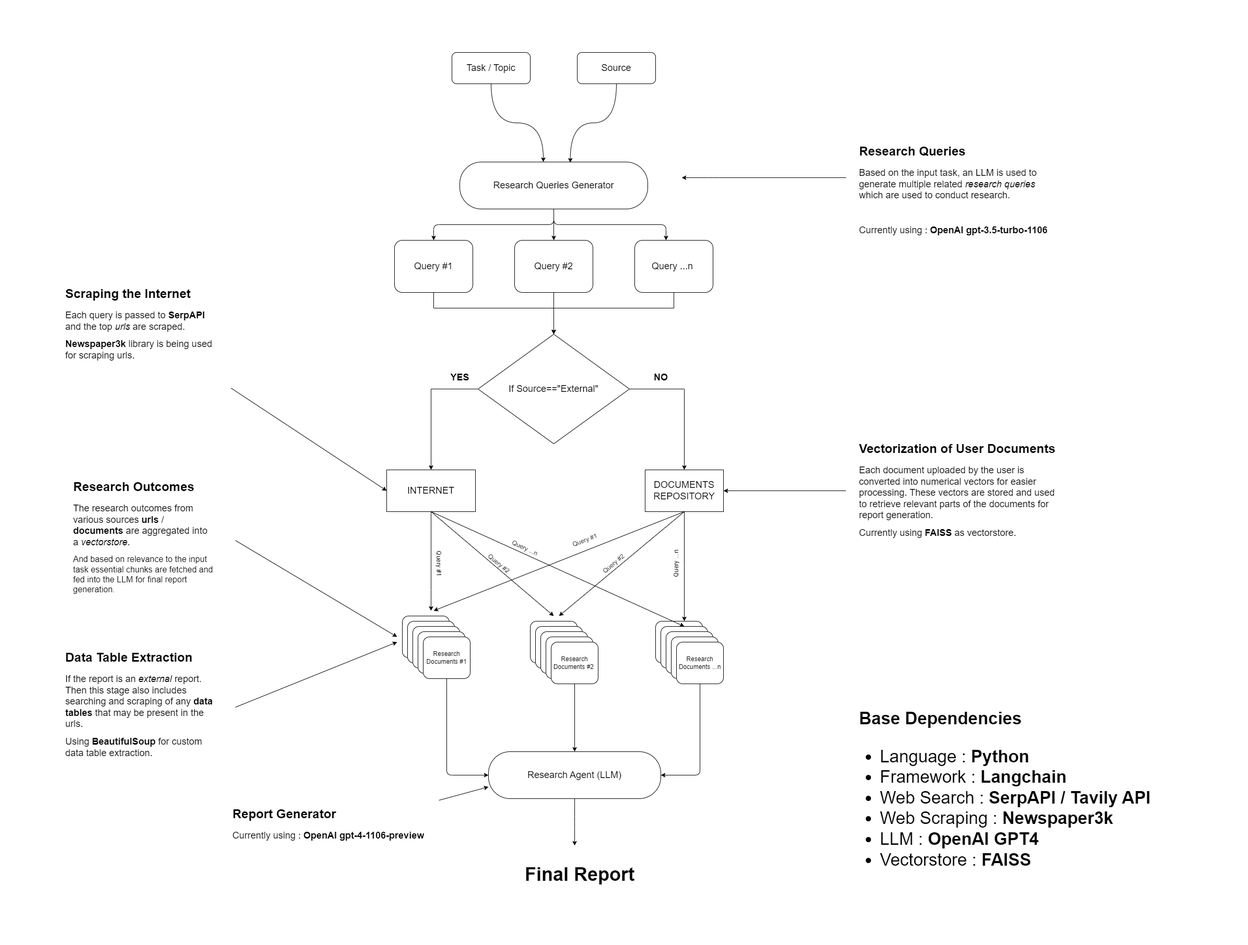
The draw.io diagram app/static/Texplicit Flow.png in snrdev1/TEXPLICIT-RPTDOC-BACKEND, before a commit. Source tidied: cells renumbered, new cells last; positions are measured from the earlier drawing's top-left corner, leaving out a move shared by most shapes.
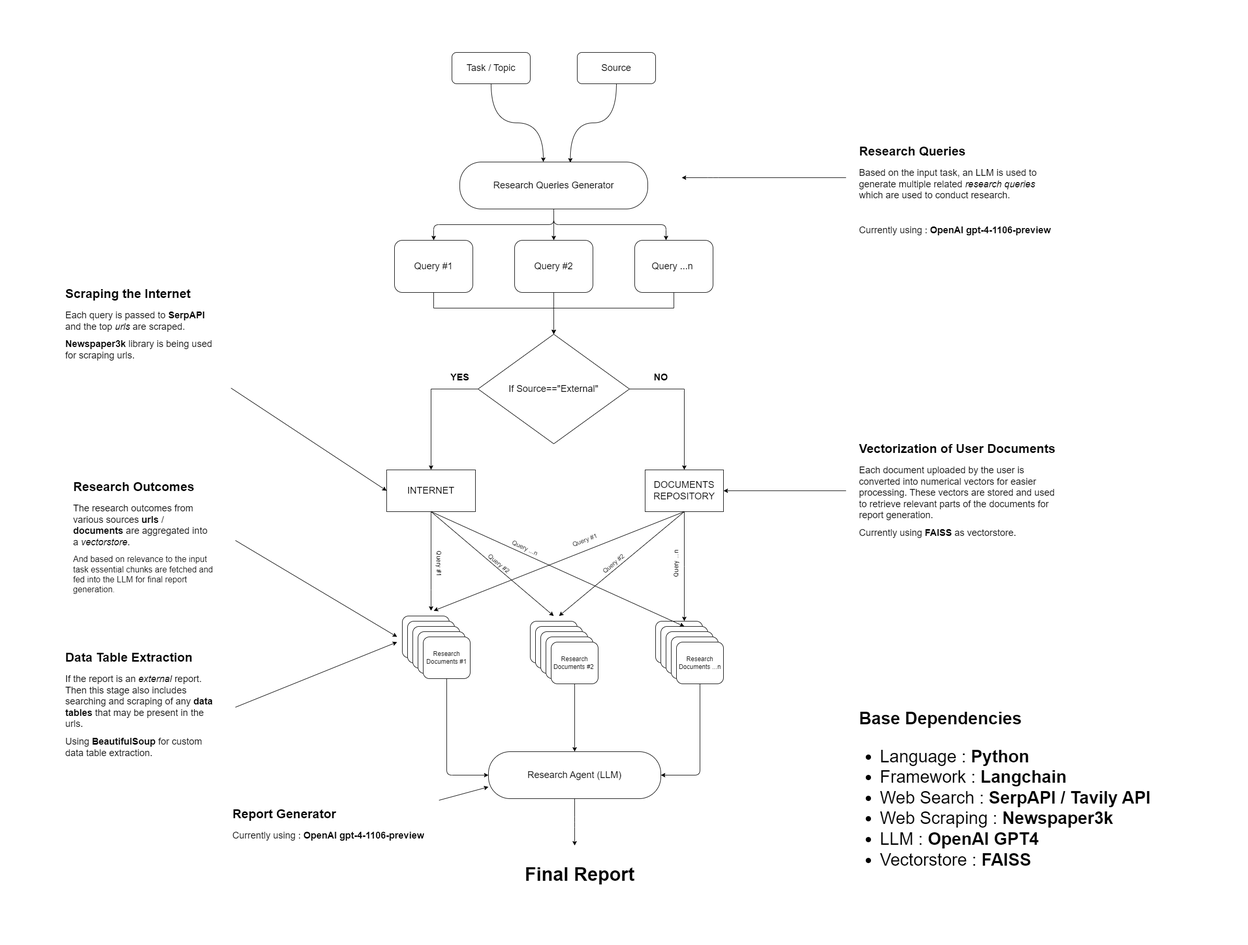
After the change.

Commit message:
Modified flow diagrams

What changed in the source:
```diff
@@ -148,7 +148,7 @@
         </Array>
       </mxGeometry>
     </mxCell>
-    <mxCell id="38" value="&lt;h1&gt;Research Queries&lt;/h1&gt;&lt;p&gt;&lt;span style=&quot;font-size: 18px;&quot;&gt;Based on the input task, an LLM is used to generate multiple related &lt;i&gt;research queries &lt;/i&gt;which are used to conduct research.&lt;/span&gt;&lt;/p&gt;&lt;p&gt;&lt;span style=&quot;font-size: 18px;&quot;&gt;&lt;br&gt;&lt;/span&gt;&lt;/p&gt;&lt;p&gt;&lt;span style=&quot;font-size: 18px;&quot;&gt;Currently using : &lt;b&gt;OpenAI&amp;nbsp;&lt;/b&gt;&lt;/span&gt;&lt;span style=&quot;background-color: initial; font-size: 18px;&quot;&gt;&lt;b&gt;gpt-3.5-turbo-1106&lt;/b&gt;&lt;/span&gt;&lt;/p&gt;&lt;p&gt;&lt;br&gt;&lt;/p&gt;" style="text;html=1;spacing=25;spacingTop=-20;whiteSpace=wrap;overflow=hidden;rounded=0;fillColor=default;" parent="1" vertex="1">
+    <mxCell id="38" value="&lt;h1&gt;Research Queries&lt;/h1&gt;&lt;p&gt;&lt;span style=&quot;font-size: 18px;&quot;&gt;Based on the input task, an LLM is used to generate multiple related &lt;i&gt;research queries &lt;/i&gt;which are used to conduct research.&lt;/span&gt;&lt;/p&gt;&lt;p&gt;&lt;span style=&quot;font-size: 18px;&quot;&gt;&lt;br&gt;&lt;/span&gt;&lt;/p&gt;&lt;p&gt;&lt;span style=&quot;font-size: 18px;&quot;&gt;Currently using :&amp;nbsp;&lt;b&gt;OpenAI&amp;nbsp;&lt;/b&gt;&lt;/span&gt;&lt;span style=&quot;background-color: initial; font-size: 18px;&quot;&gt;&lt;b&gt;gpt-4-1106-preview&lt;/b&gt;&lt;/span&gt;&lt;/p&gt;" style="text;html=1;spacing=25;spacingTop=-20;whiteSpace=wrap;overflow=hidden;rounded=0;fillColor=default;" parent="1" vertex="1">
       <mxGeometry x="1520" y="150" width="430" height="230" as="geometry" />
     </mxCell>
     <mxCell id="39" value="&lt;font style=&quot;font-size: 18px;&quot;&gt;Source&lt;/font&gt;" style="rounded=1;whiteSpace=wrap;html=1;" parent="1" vertex="1">
```
